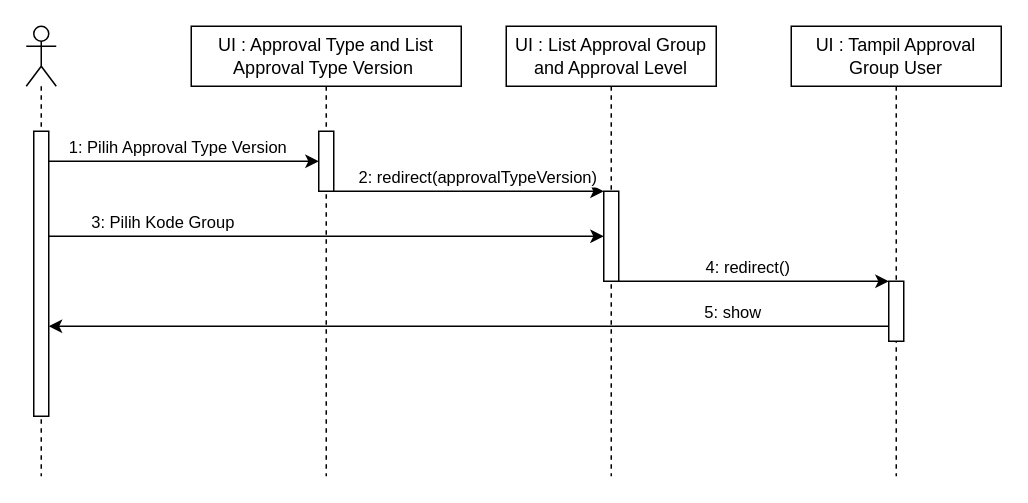
Before: page "Show Approval Group User" (25 of 25) of UML/Sequence Web.drawio in DevinWilliady/KendaraanBekasUML, a draw.io diagram. Source tidied: cells renumbered, new cells numbered last; positions are measured from the earlier drawing's top-left corner, leaving out a move shared by most shapes. Both pictures are drawn from the tidied source at 150%, with x=0, y=0 at pixel (26, 26).
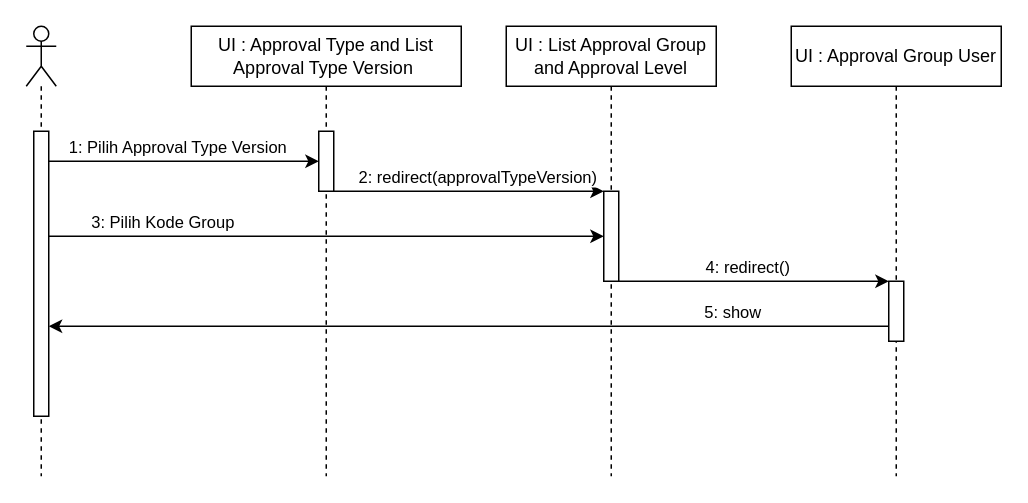
The same page after the edit.

What changed in the source:
```diff
@@
-    <mxCell id="8" value="UI : Tampil Approval Group User" style="shape=umlLifeline;perimeter=lifelinePerimeter;whiteSpace=wrap;html=1;" parent="1" vertex="1">
+    <mxCell id="8" value="UI : Approval Group User" style="shape=umlLifeline;perimeter=lifelinePerimeter;whiteSpace=wrap;html=1;" parent="1" vertex="1">
       <mxGeometry x="510" width="140" height="300" as="geometry" />
     </mxCell>
```
